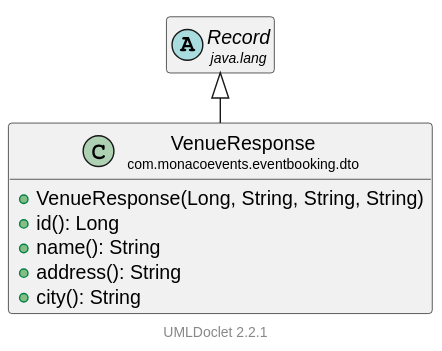
Before: docs/uml/com/monacoevents/eventbooking/dto/VenueResponse.svg, a diagram exported from PlantUML (LorisDrid/event-booking-api).
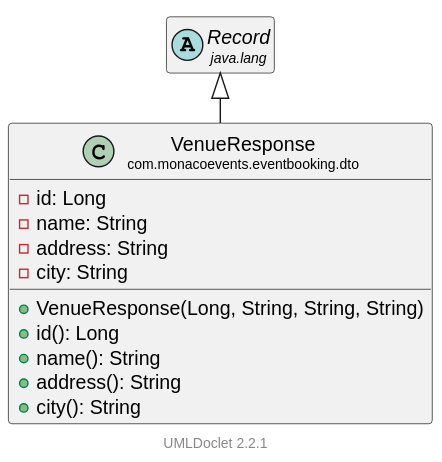
The same file after the commit.

Diff of the diagram source:
```diff
@@ -8,6 +8,10 @@
     hide empty methods
 
     class "<size:14>VenueResponse\n<size:10>com.monacoevents.eventbooking.dto" as com.monacoevents.eventbooking.dto.VenueResponse [[..\..\..\..\..\..\target\reports\apidocs\com\monacoevents\eventbooking\dto\VenueResponse.html]] {
+        -id: Long
+        -name: String
+        -address: String
+        -city: String
         +VenueResponse(Long, String, String, String)
         +id(): Long
         +name(): String
```
